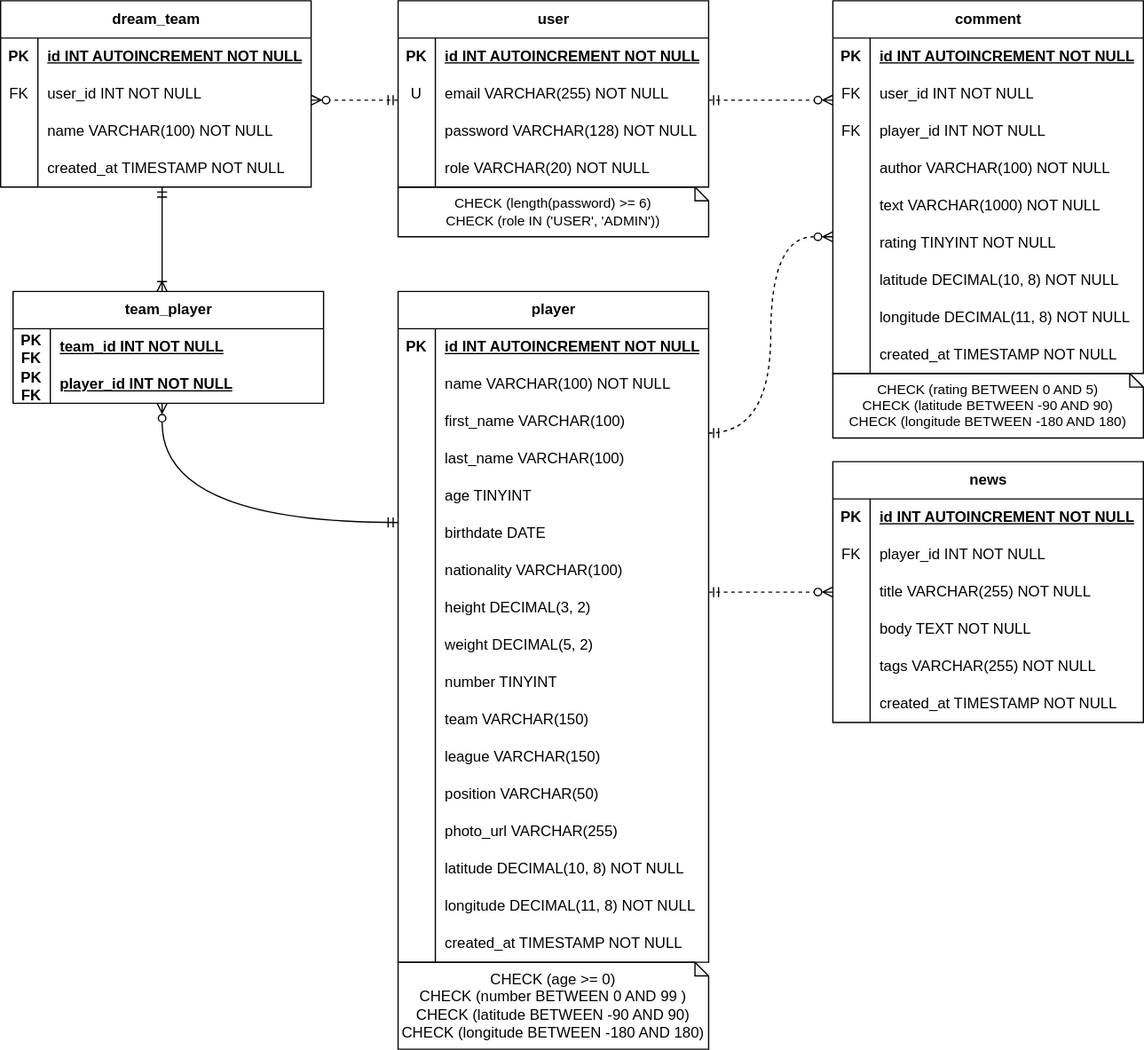
Above: docs/diagrams/ERD.drawio.svg in pgr866/msc-soccer-project (draw.io), before the change. Source tidied: cells renumbered, new cells last; positions are measured from the earlier drawing's top-left corner, leaving out a move shared by most shapes.
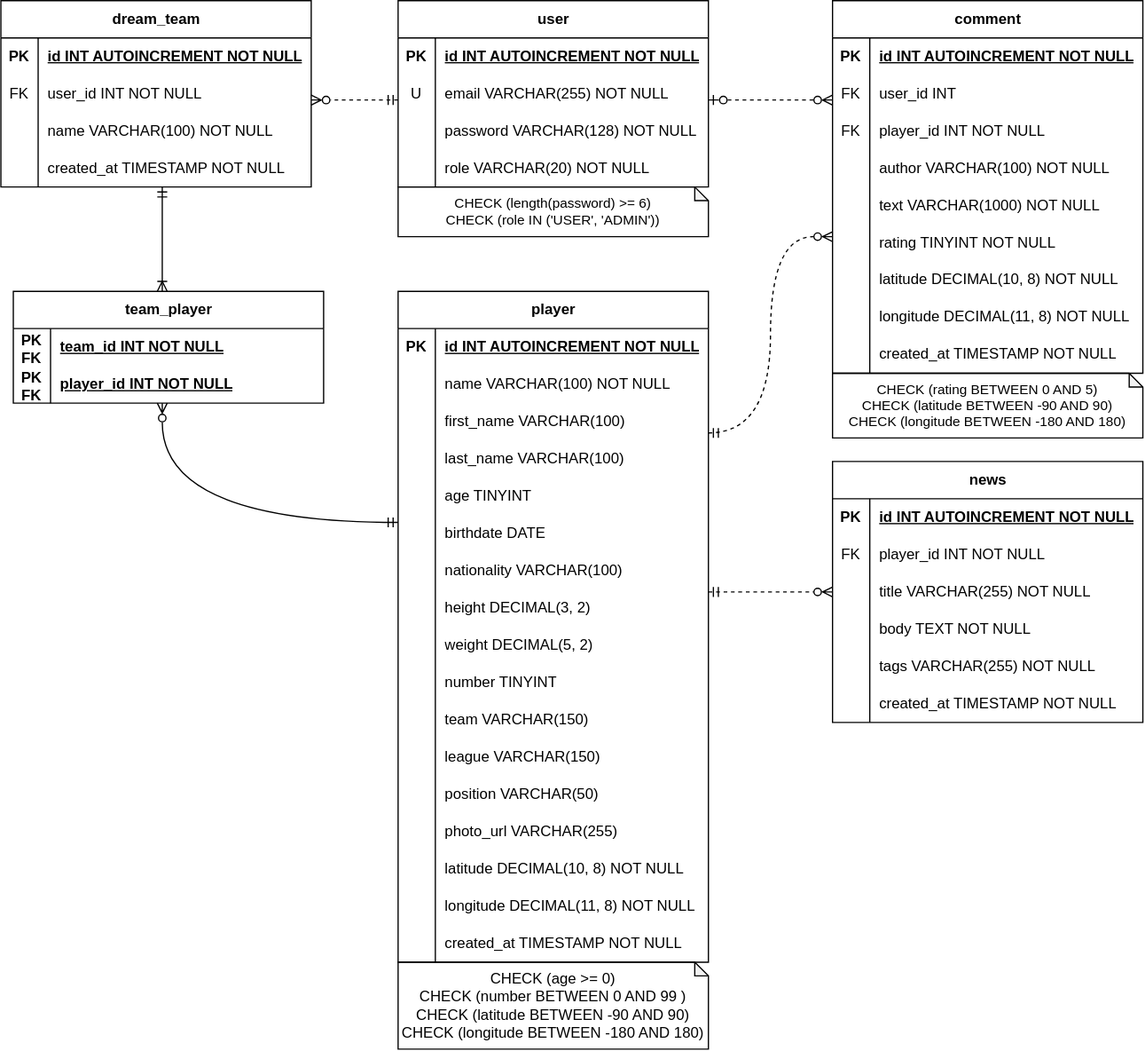
The same diagram one commit later.

Change to the diagram source:
```diff
@@ -2,7 +2,7 @@
   <root>
     <mxCell id="0" />
     <mxCell id="1" parent="0" />
-    <mxCell id="2" style="edgeStyle=orthogonalEdgeStyle;html=1;curved=1;endArrow=ERzeroToMany;endFill=0;dashed=1;startArrow=ERmandOne;startFill=0;labelBackgroundColor=none;fontColor=default;" parent="1" edge="1" source="4" target="108">
+    <mxCell id="2" style="edgeStyle=orthogonalEdgeStyle;html=1;curved=1;endArrow=ERzeroToMany;endFill=0;dashed=1;startArrow=ERzeroToOne;startFill=0;labelBackgroundColor=none;fontColor=default;" parent="1" edge="1" source="4" target="108">
       <mxGeometry relative="1" as="geometry">
         <Array as="points">
           <mxPoint x="620" y="80" />
@@ -348,7 +348,7 @@
     <mxCell id="113" value="FK" style="shape=partialRectangle;fillColor=none;top=0;left=0;bottom=0;right=0;overflow=hidden;whiteSpace=wrap;html=1;labelBackgroundColor=none;fontColor=default;" parent="112" vertex="1">
       <mxGeometry width="30" height="30" as="geometry" />
     </mxCell>
-    <mxCell id="114" value="user_id INT NOT NULL" style="shape=partialRectangle;fillColor=none;top=0;left=0;bottom=0;right=0;align=left;spacingLeft=6;overflow=hidden;whiteSpace=wrap;html=1;fontColor=default;labelBackgroundColor=none;" parent="112" vertex="1">
+    <mxCell id="114" value="user_id INT" style="shape=partialRectangle;fillColor=none;top=0;left=0;bottom=0;right=0;align=left;spacingLeft=6;overflow=hidden;whiteSpace=wrap;html=1;fontColor=default;labelBackgroundColor=none;" parent="112" vertex="1">
       <mxGeometry x="30" width="220" height="30" as="geometry" />
     </mxCell>
     <mxCell id="115" style="shape=tableRow;horizontal=0;startSize=0;swimlaneHead=0;swimlaneBody=0;fillColor=none;top=0;left=0;right=0;bottom=0;labelBackgroundColor=none;fontColor=default;" parent="108" vertex="1">
```
